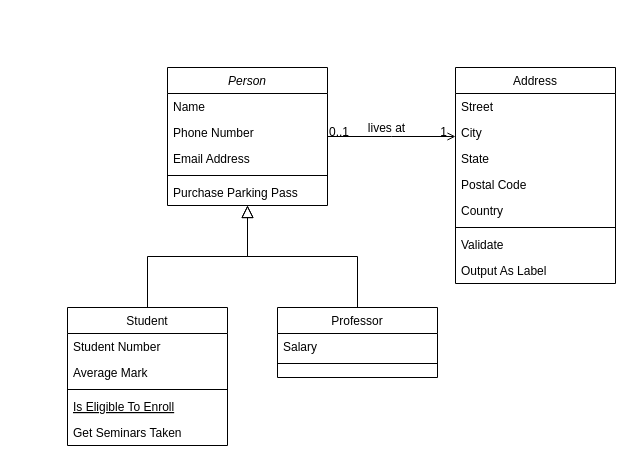
levnzzz/gotest keeps this draw.io diagram as 类图.drawio. Above is the earlier version. Source tidied: cells renumbered, new cells numbered last; positions are measured from the earlier drawing's top-left corner, leaving out a move shared by most shapes. Both pictures are drawn from the tidied source at 100%, with x=0, y=0 at pixel (67, 67).
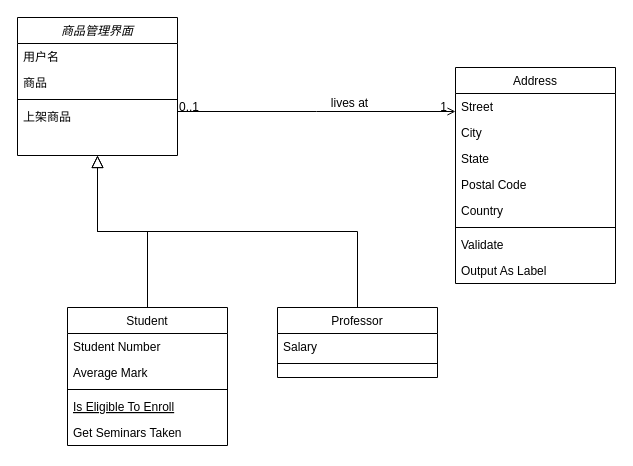
After the change.

The edit, as a diff of the source:
```diff
@@
-    <mxCell id="2" value="Person" style="swimlane;fontStyle=2;align=center;verticalAlign=top;horizontal=1;startSize=26;rounded=0;shadow=0;strokeWidth=1;" parent="1" vertex="1">
-      <mxGeometry x="100" width="160" height="138" as="geometry" />
+    <mxCell id="2" value="商品管理界面" style="swimlane;fontStyle=2;align=center;verticalAlign=top;horizontal=1;startSize=26;rounded=0;shadow=0;strokeWidth=1;" parent="1" vertex="1">
+      <mxGeometry x="-50" y="-50" width="160" height="138" as="geometry" />
     </mxCell>
-    <mxCell id="3" value="Name" style="text;align=left;verticalAlign=top;spacingLeft=4;spacingRight=4;overflow=hidden;" parent="2" vertex="1">
+    <mxCell id="3" value="用户名" style="text;align=left;verticalAlign=top;spacingLeft=4;spacingRight=4;overflow=hidden;" parent="2" vertex="1">
       <mxGeometry y="26" width="160" height="26" as="geometry" />
     </mxCell>
-    <mxCell id="4" value="Phone Number" style="text;align=left;verticalAlign=top;spacingLeft=4;spacingRight=4;overflow=hidden;rounded=0;shadow=0;html=0;" parent="2" vertex="1">
+    <mxCell id="4" value="商品" style="text;align=left;verticalAlign=top;spacingLeft=4;spacingRight=4;overflow=hidden;rounded=0;shadow=0;html=0;" parent="2" vertex="1">
       <mxGeometry y="52" width="160" height="26" as="geometry" />
     </mxCell>
-    <mxCell id="5" value="Email Address" style="text;align=left;verticalAlign=top;spacingLeft=4;spacingRight=4;overflow=hidden;rounded=0;shadow=0;html=0;" parent="2" vertex="1">
-      <mxGeometry y="78" width="160" height="26" as="geometry" />
-    </mxCell>
     <mxCell id="6" style="line;html=1;strokeWidth=1;align=left;verticalAlign=middle;spacingTop=-1;spacingLeft=3;spacingRight=3;labelPosition=right;" parent="2" vertex="1">
-      <mxGeometry y="104" width="160" height="8" as="geometry" />
+      <mxGeometry y="78" width="160" height="8" as="geometry" />
     </mxCell>
-    <mxCell id="7" value="Purchase Parking Pass" style="text;align=left;verticalAlign=top;spacingLeft=4;spacingRight=4;overflow=hidden;" parent="2" vertex="1">
-      <mxGeometry y="112" width="160" height="26" as="geometry" />
+    <mxCell id="7" value="上架商品" style="text;align=left;verticalAlign=top;spacingLeft=4;spacingRight=4;overflow=hidden;" parent="2" vertex="1">
+      <mxGeometry y="86" width="160" height="26" as="geometry" />
     </mxCell>
```
